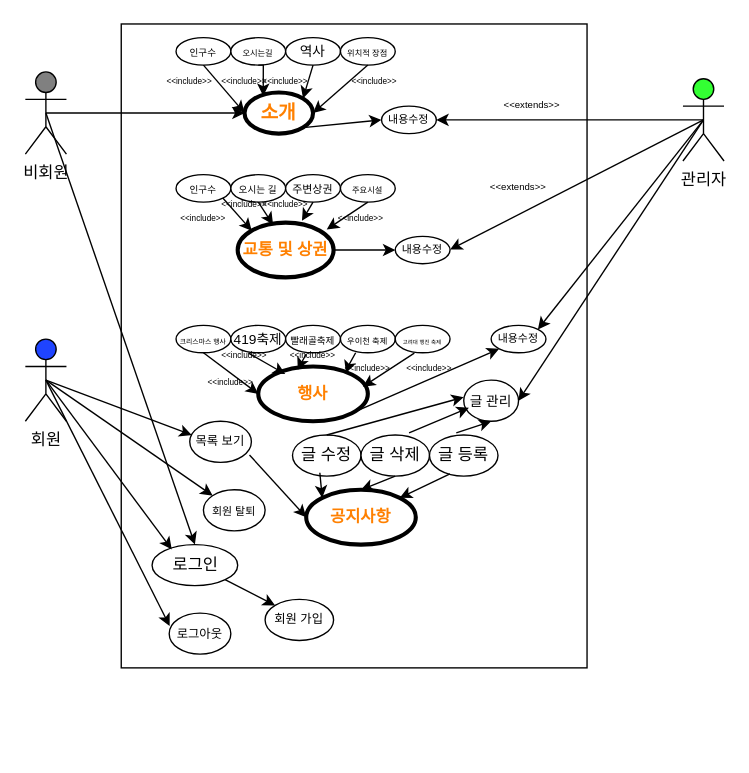
Above: info/erd/usercase.drawio in nicesaturday/kh_pro01 (draw.io), before the change. Source tidied: cells renumbered, new cells numbered last; positions are measured from the earlier drawing's top-left corner, leaving out a move shared by most shapes. Both pictures are drawn from the tidied source at 137%, with x=0, y=0 at pixel (25, 23).
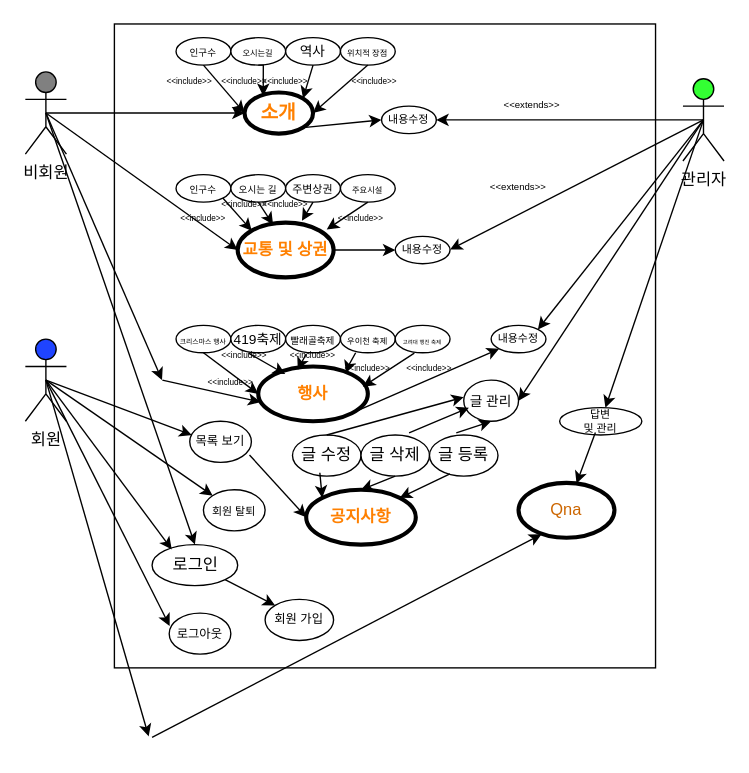
The same page after the edit.

Unchanged cells that the change refers to:
```xml
<mxCell id="3" value="회원" style="shape=umlActor;verticalLabelPosition=bottom;verticalAlign=top;html=1;outlineConnect=0;strokeColor=#000000;fillColor=#1F44FF;" parent="1" vertex="1">
  <mxGeometry y="230" width="30" height="60" as="geometry" />
</mxCell>
<mxCell id="4" value="비회원" style="shape=umlActor;verticalLabelPosition=bottom;verticalAlign=top;html=1;outlineConnect=0;fillColor=#808080;" parent="1" vertex="1">
  <mxGeometry y="35" width="30" height="60" as="geometry" />
</mxCell>
<mxCell id="5" value="관리자" style="shape=umlActor;verticalLabelPosition=bottom;verticalAlign=top;html=1;outlineConnect=0;fillColor=#33FF33;" parent="1" vertex="1">
  <mxGeometry x="480" y="40" width="30" height="60" as="geometry" />
</mxCell>
<mxCell id="24" value="&lt;span&gt;&lt;font color=&quot;#ff8000&quot;&gt;교통 및 상권&lt;/font&gt;&lt;/span&gt;" style="ellipse;whiteSpace=wrap;html=1;fontSize=12;strokeWidth=3;fontColor=#7EA6E0;fontStyle=1;" parent="1" vertex="1">
  <mxGeometry x="155" y="145" width="70" height="40" as="geometry" />
</mxCell>
<mxCell id="41" value="&lt;font color=&quot;#ff8000&quot;&gt;&lt;b&gt;행사&lt;/b&gt;&lt;/font&gt;" style="ellipse;whiteSpace=wrap;html=1;fontColor=#9999FF;strokeWidth=3;" parent="1" vertex="1">
  <mxGeometry x="170" y="250" width="80" height="40" as="geometry" />
</mxCell>
<mxCell id="44" value="글 삭제" style="ellipse;whiteSpace=wrap;html=1;" parent="1" vertex="1">
  <mxGeometry x="245" y="300" width="50" height="30" as="geometry" />
</mxCell>
<mxCell id="67" value="글 관리" style="ellipse;whiteSpace=wrap;html=1;fontSize=10;" parent="1" vertex="1">
  <mxGeometry x="320" y="260" width="40" height="30" as="geometry" />
</mxCell>
```

What changed in the source:
```diff
@@
     <mxCell id="2" style="rounded=0;whiteSpace=wrap;html=1;" parent="1" vertex="1">
-      <mxGeometry x="70" width="340" height="470" as="geometry" />
+      <mxGeometry x="65" width="395" height="470" as="geometry" />
     </mxCell>
@@
     <mxCell id="69" style="endArrow=classic;html=1;rounded=0;entryX=0.094;entryY=0.669;entryDx=0;entryDy=0;entryPerimeter=0;exitX=0.702;exitY=-0.051;exitDx=0;exitDy=0;exitPerimeter=0;" parent="1" edge="1" source="44" target="67">
-      <mxGeometry relative="1" as="geometry" />
+      <mxGeometry relative="1" as="geometry">
+        <Array as="points">
+          <mxPoint x="300" y="290" />
+        </Array>
+      </mxGeometry>
     </mxCell>
@@
+    <mxCell id="84" style="endArrow=classic;html=1;rounded=0;entryX=0;entryY=0.5;entryDx=0;entryDy=0;exitX=0.5;exitY=0.5;exitDx=0;exitDy=0;exitPerimeter=0;" parent="1" edge="1" source="4" target="24">
+      <mxGeometry relative="1" as="geometry" />
+    </mxCell>
+    <mxCell id="85" style="endArrow=classic;html=1;rounded=0;exitX=0.5;exitY=0.5;exitDx=0;exitDy=0;exitPerimeter=0;entryX=0.088;entryY=0.553;entryDx=0;entryDy=0;entryPerimeter=0;" parent="1" edge="1" source="4" target="2">
+      <mxGeometry relative="1" as="geometry" />
+    </mxCell>
+    <mxCell id="86" style="endArrow=classic;html=1;rounded=0;entryX=0.02;entryY=0.65;entryDx=0;entryDy=0;entryPerimeter=0;" parent="1" edge="1" target="41">
+      <mxGeometry relative="1" as="geometry">
+        <mxPoint x="100" y="260" as="sourcePoint" />
+      </mxGeometry>
+    </mxCell>
+    <mxCell id="87" value="Qna" style="ellipse;whiteSpace=wrap;html=1;fontColor=#CC6600;strokeWidth=3;" parent="1" vertex="1">
+      <mxGeometry x="360" y="335" width="70" height="40" as="geometry" />
+    </mxCell>
+    <mxCell id="88" style="endArrow=classic;html=1;rounded=0;exitX=0.5;exitY=0.5;exitDx=0;exitDy=0;exitPerimeter=0;" parent="1" edge="1" source="5" target="91">
+      <mxGeometry relative="1" as="geometry" />
+    </mxCell>
+    <mxCell id="89" style="endArrow=classic;html=1;rounded=0;exitX=0.5;exitY=0.5;exitDx=0;exitDy=0;exitPerimeter=0;" parent="1" edge="1" source="3">
+      <mxGeometry relative="1" as="geometry">
+        <mxPoint x="90" y="520" as="targetPoint" />
+      </mxGeometry>
+    </mxCell>
+    <mxCell id="90" style="endArrow=classic;html=1;rounded=0;entryX=0.239;entryY=0.938;entryDx=0;entryDy=0;entryPerimeter=0;" parent="1" edge="1" target="87">
+      <mxGeometry relative="1" as="geometry">
+        <mxPoint x="92.5" y="520.8" as="sourcePoint" />
+      </mxGeometry>
+    </mxCell>
+    <mxCell id="91" value="답변&lt;div style=&quot;font-size: 8px;&quot;&gt;및 관리&lt;/div&gt;" style="ellipse;whiteSpace=wrap;html=1;fontSize=8;" parent="1" vertex="1">
+      <mxGeometry x="390" y="280" width="60" height="20" as="geometry" />
+    </mxCell>
+    <mxCell id="92" style="endArrow=classic;html=1;rounded=0;exitX=0.435;exitY=0.911;exitDx=0;exitDy=0;exitPerimeter=0;" parent="1" edge="1" source="91" target="87">
+      <mxGeometry relative="1" as="geometry" />
+    </mxCell>
```
